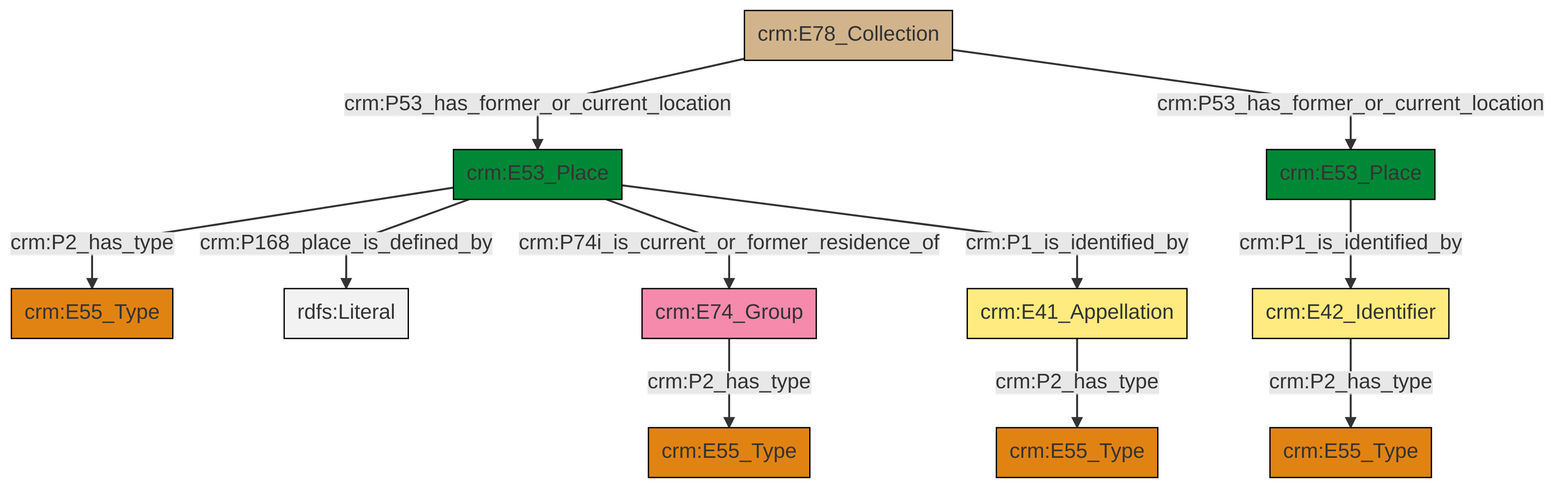
swiss-art-research-net/docs.swissartresearch keeps this Mermaid diagram as et/archivalCSV/ttl/mmd/png/archival_location.png. Above is the earlier version. Its source is kept beside it as et/archivalCSV/ttl/mmd/archival_location.ttl.mmd.
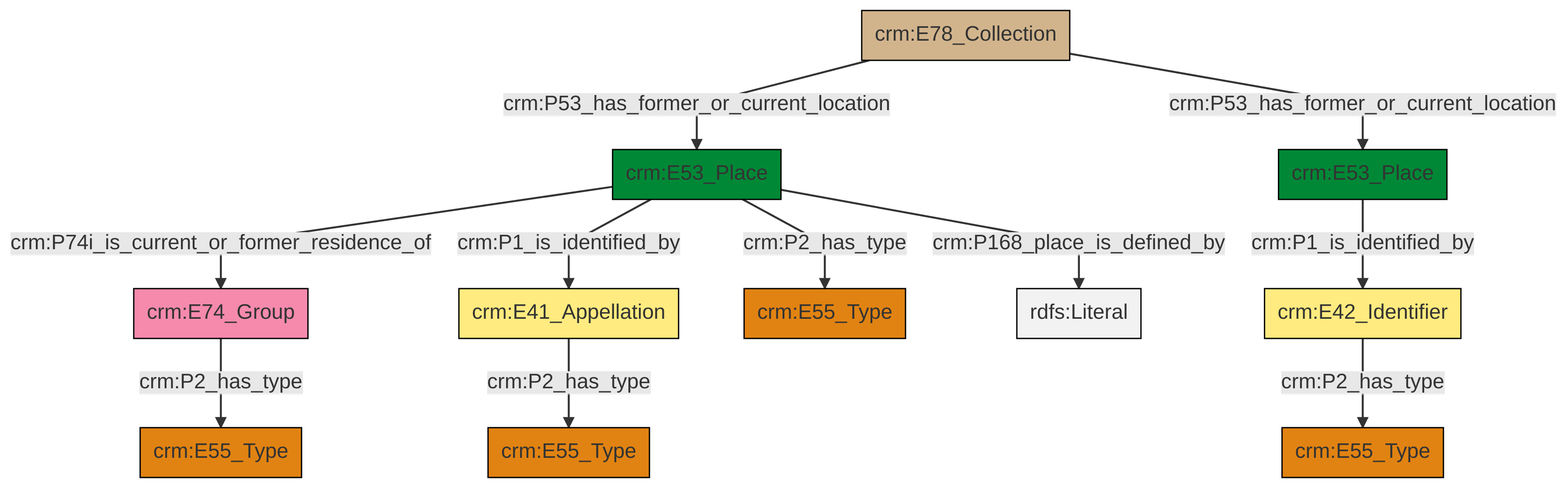
The same file after the commit.

Diff of the diagram source:
```diff
@@ -13,13 +13,13 @@
 classDef PC_Classes fill:#4ce600, stroke:#000000;
 classDef Multi fill:#cccccc,stroke:#000000;
 
-0["crm:E53_Place"]:::Place -->|crm:P1_is_identified_by| 1["crm:E42_Identifier"]:::Appellation
-2["crm:E53_Place"]:::Place -->|crm:P2_has_type| 3["crm:E55_Type"]:::Type
-1["crm:E42_Identifier"]:::Appellation -->|crm:P2_has_type| 4["crm:E55_Type"]:::Type
-5["crm:E41_Appellation"]:::Appellation -->|crm:P2_has_type| 6["crm:E55_Type"]:::Type
-2["crm:E53_Place"]:::Place -->|crm:P168_place_is_defined_by| 10[rdfs:Literal]:::Literal
-11["crm:E78_Collection"]:::Physical_Thing -->|crm:P53_has_former_or_current_location| 2["crm:E53_Place"]:::Place
-2["crm:E53_Place"]:::Place -->|crm:P74i_is_current_or_former_residence_of| 7["crm:E74_Group"]:::Actor
-7["crm:E74_Group"]:::Actor -->|crm:P2_has_type| 14["crm:E55_Type"]:::Type
-11["crm:E78_Collection"]:::Physical_Thing -->|crm:P53_has_former_or_current_location| 0["crm:E53_Place"]:::Place
-2["crm:E53_Place"]:::Place -->|crm:P1_is_identified_by| 5["crm:E41_Appellation"]:::Appellation
+0["crm:E53_Place"]:::Place -->|crm:P74i_is_current_or_former_residence_of| 2["crm:E74_Group"]:::Actor
+8["crm:E41_Appellation"]:::Appellation -->|crm:P2_has_type| 9["crm:E55_Type"]:::Type
+0["crm:E53_Place"]:::Place -->|crm:P168_place_is_defined_by| 15[rdfs:Literal]:::Literal
+13["crm:E78_Collection"]:::Physical_Thing -->|crm:P53_has_former_or_current_location| 0["crm:E53_Place"]:::Place
+13["crm:E78_Collection"]:::Physical_Thing -->|crm:P53_has_former_or_current_location| 4["crm:E53_Place"]:::Place
+19["crm:E42_Identifier"]:::Appellation -->|crm:P2_has_type| 16["crm:E55_Type"]:::Type
+2["crm:E74_Group"]:::Actor -->|crm:P2_has_type| 6["crm:E55_Type"]:::Type
+0["crm:E53_Place"]:::Place -->|crm:P1_is_identified_by| 8["crm:E41_Appellation"]:::Appellation
+0["crm:E53_Place"]:::Place -->|crm:P2_has_type| 11["crm:E55_Type"]:::Type
+4["crm:E53_Place"]:::Place -->|crm:P1_is_identified_by| 19["crm:E42_Identifier"]:::Appellation
```
